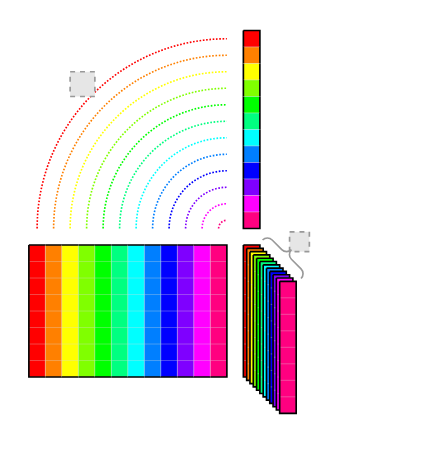
The draw.io diagram docs/img/mv.drawio in official-stockfish/nnue-pytorch, before the edit. Source tidied: cells renumbered, new cells numbered last; positions are measured from the earlier drawing's top-left corner, leaving out a move shared by most shapes. Both pictures are drawn from the tidied source at 165%, with x=0, y=0 at pixel (28, 30). Pictures stored in the file or linked from it are replaced by grey dashed boxes.
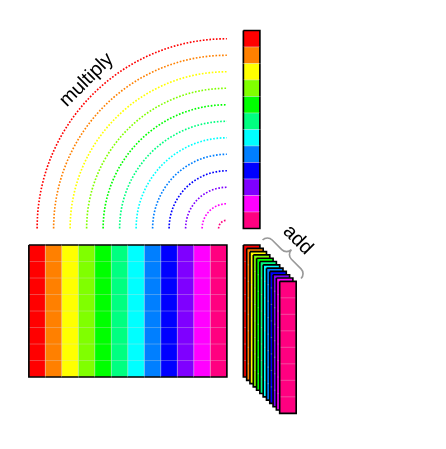
After the change.

Change to the diagram source:
```diff
@@
-    <mxCell id="50" style="fillColor=#E6E6E6;strokeColor=#999999;dashed=1;html=1;verticalAlign=top;verticalLabelPosition=bottom;labelBackgroundColor=#ffffff;fontSize=6;" parent="1" vertex="1">
-      <mxGeometry x="158" y="122" width="12" height="12" as="geometry" />
-    </mxCell>
-    <mxCell id="51" style="fillColor=#E6E6E6;strokeColor=#999999;dashed=1;html=1;verticalAlign=top;verticalLabelPosition=bottom;labelBackgroundColor=#ffffff;fontSize=6;" parent="1" vertex="1">
-      <mxGeometry x="25" y="25" width="15" height="15" as="geometry" />
-    </mxCell>
@@
+    <mxCell id="53" value="add" style="text;html=1;strokeColor=none;fillColor=none;align=center;verticalAlign=middle;whiteSpace=wrap;rounded=0;rotation=45;" parent="1" vertex="1">
+      <mxGeometry x="134" y="112" width="60" height="30" as="geometry" />
+    </mxCell>
+    <mxCell id="54" value="multiply" style="text;html=1;strokeColor=none;fillColor=none;align=center;verticalAlign=middle;whiteSpace=wrap;rounded=0;rotation=-45;" parent="1" vertex="1">
+      <mxGeometry x="5" y="15" width="60" height="30" as="geometry" />
+    </mxCell>
```
